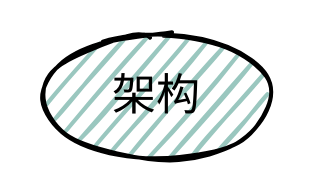
Before: view/xxx.drawio in Developer-Tang/Diagrams, a draw.io diagram. Source tidied: cells renumbered, new cells numbered last; positions are measured from the earlier drawing's top-left corner, leaving out a move shared by most shapes. Both pictures are drawn from the tidied source at 200%, with x=0, y=0 at pixel (36, 36).
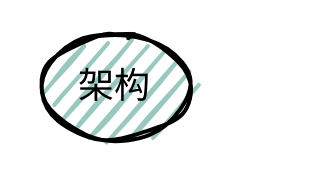
After the change.

What changed in the source:
```diff
@@
 <mxGraphModel background="#ffffff">
   <root>
     <mxCell id="0" />
     <mxCell id="1" parent="0" />
-    <mxCell id="2" value="架构" style="ellipse;whiteSpace=wrap;html=1;strokeWidth=2;fillWeight=2;hachureGap=8;fillStyle=dots;sketch=1;fillColor=#9AC7BF;fontSize=22;" parent="1" vertex="1">
-      <mxGeometry width="120" height="60" as="geometry" />
+    <mxCell id="2" value="架构" style="ellipse;whiteSpace=wrap;html=1;strokeWidth=2;fillWeight=2;hachureGap=8;fillStyle=dots;sketch=1;fillColor=#9AC7BF;fontSize=18;" parent="1" vertex="1">
+      <mxGeometry width="78" height="50" as="geometry" />
     </mxCell>
   </root>
 </mxGraphModel>
```
